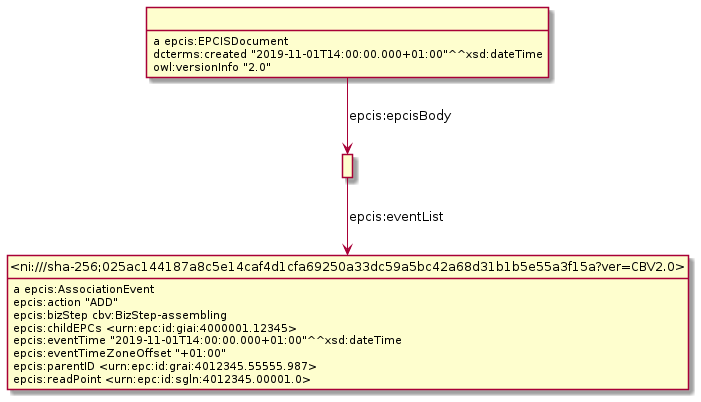
gs1/EPCIS keeps this PlantUML diagram as Diagrams/AssociationEvent/AssociationEvent-a.png. Above is the earlier version.
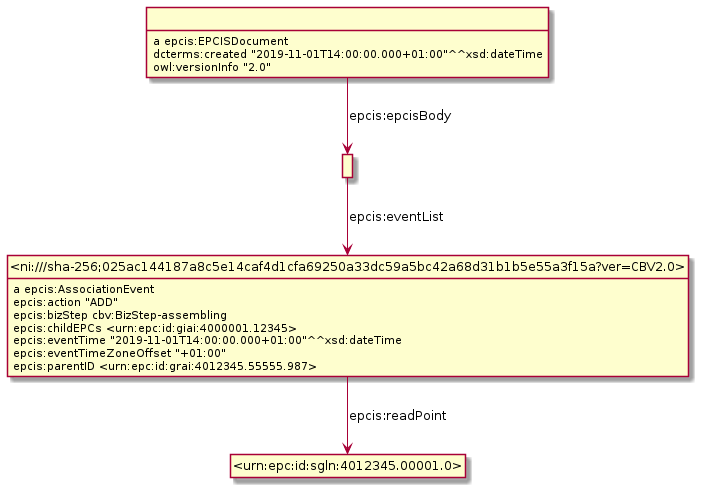
Above is the later version.

What changed in the source:
```diff
@@ -3,20 +3,21 @@
 hide empty attributes
 hide circle
 skinparam classAttributeIconSize 0
-class _r1631889735r1_ as " "
 class _ni_sha_256_025ac144187a8c5e14caf4d1cfa69250a33dc59a5bc42a68d31b1b5e55a3f15a_ver_CBV2_0_ as "<ni:///sha-256;025ac144187a8c5e14caf4d1cfa69250a33dc59a5bc42a68d31b1b5e55a3f15a?ver=CBV2.0>"
-_r1631889735r1_ -down-> _ni_sha_256_025ac144187a8c5e14caf4d1cfa69250a33dc59a5bc42a68d31b1b5e55a3f15a_ver_CBV2_0_ : epcis:eventList
-class _r1631889735r0_ as " "
-_r1631889735r0_ : a epcis:EPCISDocument
-_r1631889735r0_ -down-> _r1631889735r1_ : epcis:epcisBody
-_r1631889735r0_ : dcterms:created "2019-11-01T14:00:00.000+01:00"^^xsd:dateTime
-_r1631889735r0_ : owl:versionInfo "2.0"
 _ni_sha_256_025ac144187a8c5e14caf4d1cfa69250a33dc59a5bc42a68d31b1b5e55a3f15a_ver_CBV2_0_ : a epcis:AssociationEvent
+class _urn_epc_id_sgln_4012345_00001_0_ as "<urn:epc:id:sgln:4012345.00001.0>"
+_ni_sha_256_025ac144187a8c5e14caf4d1cfa69250a33dc59a5bc42a68d31b1b5e55a3f15a_ver_CBV2_0_ -down-> _urn_epc_id_sgln_4012345_00001_0_ : epcis:readPoint
 _ni_sha_256_025ac144187a8c5e14caf4d1cfa69250a33dc59a5bc42a68d31b1b5e55a3f15a_ver_CBV2_0_ : epcis:action "ADD"
 _ni_sha_256_025ac144187a8c5e14caf4d1cfa69250a33dc59a5bc42a68d31b1b5e55a3f15a_ver_CBV2_0_ : epcis:bizStep cbv:BizStep-assembling
 _ni_sha_256_025ac144187a8c5e14caf4d1cfa69250a33dc59a5bc42a68d31b1b5e55a3f15a_ver_CBV2_0_ : epcis:childEPCs <urn:epc:id:giai:4000001.12345>
 _ni_sha_256_025ac144187a8c5e14caf4d1cfa69250a33dc59a5bc42a68d31b1b5e55a3f15a_ver_CBV2_0_ : epcis:eventTime "2019-11-01T14:00:00.000+01:00"^^xsd:dateTime
 _ni_sha_256_025ac144187a8c5e14caf4d1cfa69250a33dc59a5bc42a68d31b1b5e55a3f15a_ver_CBV2_0_ : epcis:eventTimeZoneOffset "+01:00"
 _ni_sha_256_025ac144187a8c5e14caf4d1cfa69250a33dc59a5bc42a68d31b1b5e55a3f15a_ver_CBV2_0_ : epcis:parentID <urn:epc:id:grai:4012345.55555.987>
-_ni_sha_256_025ac144187a8c5e14caf4d1cfa69250a33dc59a5bc42a68d31b1b5e55a3f15a_ver_CBV2_0_ : epcis:readPoint <urn:epc:id:sgln:4012345.00001.0>
+class _r1632232185r0_ as " "
+_r1632232185r0_ : a epcis:EPCISDocument
+class _r1632232185r1_ as " "
+_r1632232185r0_ -down-> _r1632232185r1_ : epcis:epcisBody
+_r1632232185r0_ : dcterms:created "2019-11-01T14:00:00.000+01:00"^^xsd:dateTime
+_r1632232185r0_ : owl:versionInfo "2.0"
+_r1632232185r1_ -down-> _ni_sha_256_025ac144187a8c5e14caf4d1cfa69250a33dc59a5bc42a68d31b1b5e55a3f15a_ver_CBV2_0_ : epcis:eventList
 @enduml
```
